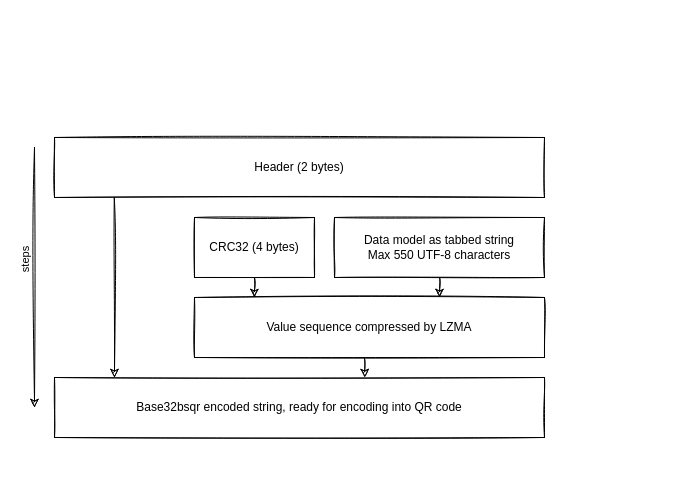
This is uml/logic.drawio from xseman/bysquare, a draw.io file, before an edit. Source tidied: cells renumbered, new cells numbered last; positions are measured from the earlier drawing's top-left corner, leaving out a move shared by most shapes. Both pictures are drawn from the tidied source at 100%, with x=0, y=0 at pixel (34, 137). Pictures stored in the file or linked from it are replaced by grey dashed boxes.
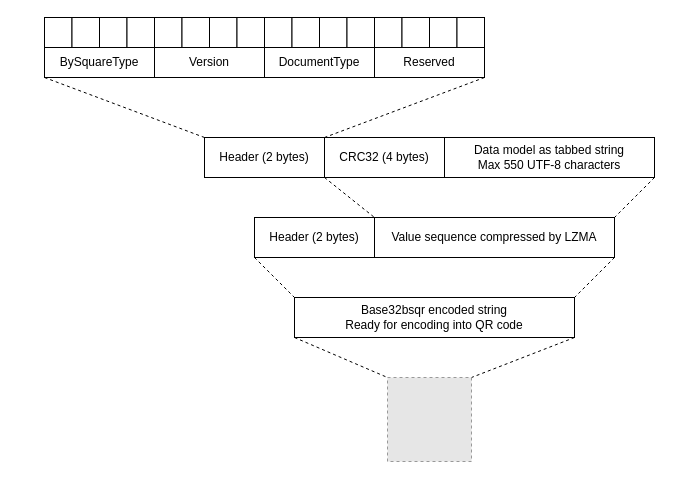
The same page after the edit.

Commit message (it also covers changes not shown here):
readme: cleanup, update uml

The edit, as a diff of the source:
```diff
@@
-    <mxCell id="2" value="Header (2 bytes)" style="rounded=0;whiteSpace=wrap;html=1;sketch=1;" parent="1" vertex="1">
-      <mxGeometry x="20" width="490" height="60" as="geometry" />
-    </mxCell>
-    <mxCell id="3" style="edgeStyle=none;html=1;exitX=0.122;exitY=0.998;exitDx=0;exitDy=0;sketch=1;exitPerimeter=0;" parent="1" edge="1" source="2">
-      <mxGeometry relative="1" as="geometry">
-        <mxPoint x="80" y="240" as="targetPoint" />
-      </mxGeometry>
-    </mxCell>
-    <mxCell id="4" value="CRC32 (4 bytes)" style="rounded=0;whiteSpace=wrap;html=1;sketch=1;" parent="1" vertex="1">
-      <mxGeometry x="160" y="80" width="120" height="60" as="geometry" />
-    </mxCell>
-    <mxCell id="5" value="Data model as tabbed string&lt;br&gt;Max 550 UTF-8 characters" style="rounded=0;whiteSpace=wrap;html=1;sketch=1;" parent="1" vertex="1">
-      <mxGeometry x="300" y="80" width="210" height="60" as="geometry" />
-    </mxCell>
-    <mxCell id="6" style="edgeStyle=none;html=1;exitX=0.486;exitY=1.02;exitDx=0;exitDy=0;sketch=1;exitPerimeter=0;entryX=0.633;entryY=0;entryDx=0;entryDy=0;entryPerimeter=0;" parent="1" edge="1" source="7" target="8">
+    <mxCell id="6" style="edgeStyle=none;rounded=1;html=1;exitX=1;exitY=1;exitDx=0;exitDy=0;entryX=1;entryY=0;entryDx=0;entryDy=0;dashed=1;endArrow=none;endFill=0;" parent="1" edge="1" source="7" target="8">
       <mxGeometry relative="1" as="geometry" />
     </mxCell>
-    <mxCell id="7" value="Value sequence compressed by LZMA" style="rounded=0;whiteSpace=wrap;html=1;sketch=1;" parent="1" vertex="1">
-      <mxGeometry x="160" y="160" width="350" height="60" as="geometry" />
+    <mxCell id="7" value="Value sequence compressed by LZMA" style="whiteSpace=wrap;html=1;rounded=0;" parent="1" vertex="1">
+      <mxGeometry x="340" y="80" width="240" height="40" as="geometry" />
     </mxCell>
+    <mxCell id="13" style="edgeStyle=none;rounded=1;html=1;exitX=1;exitY=1;exitDx=0;exitDy=0;entryX=1;entryY=0;entryDx=0;entryDy=0;dashed=1;endArrow=none;endFill=0;" parent="1" edge="1" source="8" target="45">
+      <mxGeometry relative="1" as="geometry" />
+    </mxCell>
+    <mxCell id="14" style="edgeStyle=none;rounded=1;html=1;exitX=0;exitY=1;exitDx=0;exitDy=0;entryX=0;entryY=0;entryDx=0;entryDy=0;dashed=1;endArrow=none;endFill=0;" parent="1" edge="1" source="8" target="45">
+      <mxGeometry relative="1" as="geometry" />
+    </mxCell>
-    <mxCell id="8" value="Base32bsqr encoded string, ready for encoding into QR code" style="rounded=0;whiteSpace=wrap;html=1;sketch=1;" parent="1" vertex="1">
-      <mxGeometry x="20" y="240" width="490" height="60" as="geometry" />
+    <mxCell id="8" value="Base32bsqr encoded string&lt;br&gt;Ready for encoding into QR code" style="whiteSpace=wrap;html=1;rounded=0;" parent="1" vertex="1">
+      <mxGeometry x="260" y="160" width="280" height="40" as="geometry" />
     </mxCell>
-    <mxCell id="9" style="edgeStyle=none;html=1;sketch=1;entryX=0.171;entryY=0;entryDx=0;entryDy=0;entryPerimeter=0;" parent="1" edge="1" source="4" target="7">
-      <mxGeometry relative="1" as="geometry" />
-    </mxCell>
+    <mxCell id="15" style="group;rounded=0;" parent="1" vertex="1">
+      <mxGeometry x="10" y="-120" width="440" height="60" as="geometry" />
+    </mxCell>
+    <mxCell id="16" style="group;rounded=0;" parent="15" vertex="1">
+      <mxGeometry width="110" height="60" as="geometry" />
+    </mxCell>
+    <mxCell id="17" value="BySquareType" style="whiteSpace=wrap;html=1;rounded=0;" parent="16" vertex="1">
+      <mxGeometry y="30" width="110" height="30" as="geometry" />
+    </mxCell>
+    <mxCell id="18" style="whiteSpace=wrap;html=1;rounded=0;" parent="16" vertex="1">
+      <mxGeometry width="27.5" height="30" as="geometry" />
+    </mxCell>
+    <mxCell id="19" style="whiteSpace=wrap;html=1;rounded=0;" parent="16" vertex="1">
+      <mxGeometry x="27.5" width="27.5" height="30" as="geometry" />
+    </mxCell>
+    <mxCell id="20" style="whiteSpace=wrap;html=1;rounded=0;" parent="16" vertex="1">
+      <mxGeometry x="55" width="27.5" height="30" as="geometry" />
+    </mxCell>
+    <mxCell id="21" style="whiteSpace=wrap;html=1;rounded=0;" parent="16" vertex="1">
+      <mxGeometry x="82.5" width="27.5" height="30" as="geometry" />
+    </mxCell>
+    <mxCell id="22" style="group;rounded=0;" parent="15" vertex="1">
+      <mxGeometry x="110" width="110" height="60" as="geometry" />
+    </mxCell>
+    <mxCell id="23" value="Version" style="whiteSpace=wrap;html=1;rounded=0;" parent="22" vertex="1">
+      <mxGeometry y="30" width="110" height="30" as="geometry" />
+    </mxCell>
+    <mxCell id="24" style="whiteSpace=wrap;html=1;rounded=0;" parent="22" vertex="1">
+      <mxGeometry width="27.5" height="30" as="geometry" />
+    </mxCell>
+    <mxCell id="25" style="whiteSpace=wrap;html=1;rounded=0;" parent="22" vertex="1">
+      <mxGeometry x="27.5" width="27.5" height="30" as="geometry" />
+    </mxCell>
+    <mxCell id="26" style="whiteSpace=wrap;html=1;rounded=0;" parent="22" vertex="1">
+      <mxGeometry x="55" width="27.5" height="30" as="geometry" />
+    </mxCell>
+    <mxCell id="27" style="whiteSpace=wrap;html=1;rounded=0;" parent="22" vertex="1">
+      <mxGeometry x="82.5" width="27.5" height="30" as="geometry" />
+    </mxCell>
+    <mxCell id="28" style="group;rounded=0;" parent="15" vertex="1">
+      <mxGeometry x="220" width="110" height="60" as="geometry" />
+    </mxCell>
+    <mxCell id="29" value="DocumentType" style="whiteSpace=wrap;html=1;rounded=0;" parent="28" vertex="1">
+      <mxGeometry y="30" width="110" height="30" as="geometry" />
+    </mxCell>
+    <mxCell id="30" style="whiteSpace=wrap;html=1;rounded=0;" parent="28" vertex="1">
+      <mxGeometry width="27.5" height="30" as="geometry" />
+    </mxCell>
+    <mxCell id="31" style="whiteSpace=wrap;html=1;rounded=0;" parent="28" vertex="1">
+      <mxGeometry x="27.5" width="27.5" height="30" as="geometry" />
+    </mxCell>
+    <mxCell id="32" style="whiteSpace=wrap;html=1;rounded=0;" parent="28" vertex="1">
+      <mxGeometry x="55" width="27.5" height="30" as="geometry" />
+    </mxCell>
+    <mxCell id="33" style="whiteSpace=wrap;html=1;rounded=0;" parent="28" vertex="1">
+      <mxGeometry x="82.5" width="27.5" height="30" as="geometry" />
+    </mxCell>
+    <mxCell id="34" style="group;rounded=0;" parent="15" vertex="1">
+      <mxGeometry x="330" width="110" height="60" as="geometry" />
+    </mxCell>
+    <mxCell id="35" value="Reserved" style="whiteSpace=wrap;html=1;rounded=0;" parent="34" vertex="1">
+      <mxGeometry y="30" width="110" height="30" as="geometry" />
+    </mxCell>
+    <mxCell id="36" style="whiteSpace=wrap;html=1;rounded=0;" parent="34" vertex="1">
+      <mxGeometry width="27.5" height="30" as="geometry" />
+    </mxCell>
+    <mxCell id="37" style="whiteSpace=wrap;html=1;rounded=0;" parent="34" vertex="1">
+      <mxGeometry x="27.5" width="27.5" height="30" as="geometry" />
+    </mxCell>
+    <mxCell id="38" style="whiteSpace=wrap;html=1;rounded=0;" parent="34" vertex="1">
+      <mxGeometry x="55" width="27.5" height="30" as="geometry" />
+    </mxCell>
+    <mxCell id="39" style="whiteSpace=wrap;html=1;rounded=0;" parent="34" vertex="1">
+      <mxGeometry x="82.5" width="27.5" height="30" as="geometry" />
+    </mxCell>
+    <mxCell id="40" style="edgeStyle=none;html=1;exitX=1;exitY=1;exitDx=0;exitDy=0;entryX=1;entryY=0;entryDx=0;entryDy=0;dashed=1;endArrow=none;endFill=0;" parent="1" edge="1" source="35" target="2">
+      <mxGeometry relative="1" as="geometry" />
+    </mxCell>
+    <mxCell id="41" style="edgeStyle=none;html=1;exitX=0;exitY=1;exitDx=0;exitDy=0;entryX=0;entryY=0;entryDx=0;entryDy=0;rounded=1;dashed=1;endArrow=none;endFill=0;" parent="1" edge="1" source="17" target="2">
+      <mxGeometry relative="1" as="geometry" />
+    </mxCell>
+    <mxCell id="42" style="edgeStyle=none;rounded=1;html=1;exitX=0;exitY=1;exitDx=0;exitDy=0;entryX=0;entryY=0;entryDx=0;entryDy=0;dashed=1;endArrow=none;endFill=0;" parent="1" edge="1" source="43" target="8">
+      <mxGeometry relative="1" as="geometry" />
+    </mxCell>
+    <mxCell id="43" value="Header (2 bytes)" style="whiteSpace=wrap;html=1;rounded=0;" parent="1" vertex="1">
+      <mxGeometry x="220" y="80" width="120" height="40" as="geometry" />
+    </mxCell>
+    <mxCell id="2" value="Header (2 bytes)" style="whiteSpace=wrap;html=1;rounded=0;" parent="1" vertex="1">
+      <mxGeometry x="170" width="120" height="40" as="geometry" />
+    </mxCell>
+    <mxCell id="44" style="edgeStyle=none;html=1;exitX=0;exitY=1;exitDx=0;exitDy=0;entryX=1;entryY=0;entryDx=0;entryDy=0;endArrow=none;endFill=0;dashed=1;" parent="1" edge="1" source="4" target="43">
+      <mxGeometry relative="1" as="geometry" />
+    </mxCell>
+    <mxCell id="4" value="CRC32 (4 bytes)" style="whiteSpace=wrap;html=1;rounded=0;" parent="1" vertex="1">
+      <mxGeometry x="290" width="120" height="40" as="geometry" />
+    </mxCell>
-    <mxCell id="10" style="edgeStyle=none;html=1;sketch=1;entryX=0.7;entryY=0;entryDx=0;entryDy=0;entryPerimeter=0;" parent="1" edge="1" source="5" target="7">
+    <mxCell id="10" style="edgeStyle=none;rounded=1;html=1;exitX=1;exitY=1;exitDx=0;exitDy=0;entryX=1;entryY=0;entryDx=0;entryDy=0;dashed=1;endArrow=none;endFill=0;" parent="1" edge="1" source="5" target="7">
       <mxGeometry relative="1" as="geometry" />
     </mxCell>
-    <mxCell id="11" style="endArrow=classic;html=1;labelBorderColor=none;sketch=1;" parent="1" edge="1">
-      <mxGeometry relative="1" as="geometry">
-        <mxPoint y="10" as="sourcePoint" />
-        <mxPoint y="270" as="targetPoint" />
-      </mxGeometry>
-    </mxCell>
-    <mxCell id="12" value="steps" style="edgeLabel;align=center;verticalAlign=bottom;html=1;horizontal=0;" parent="11" vertex="1">
-      <mxGeometry x="-0.13" y="-2" relative="1" as="geometry" />
-    </mxCell>
+    <mxCell id="5" value="Data model as tabbed string&lt;br&gt;Max 550 UTF-8 characters" style="whiteSpace=wrap;html=1;rounded=0;" parent="1" vertex="1">
+      <mxGeometry x="410" width="210" height="40" as="geometry" />
+    </mxCell>
+    <mxCell id="45" style="fillColor=#E6E6E6;strokeColor=#999999;dashed=1;verticalLabelPosition=bottom;labelBackgroundColor=#ffffff;verticalAlign=top;" parent="1" vertex="1">
+      <mxGeometry x="353" y="240" width="84" height="84" as="geometry" />
+    </mxCell>
```
